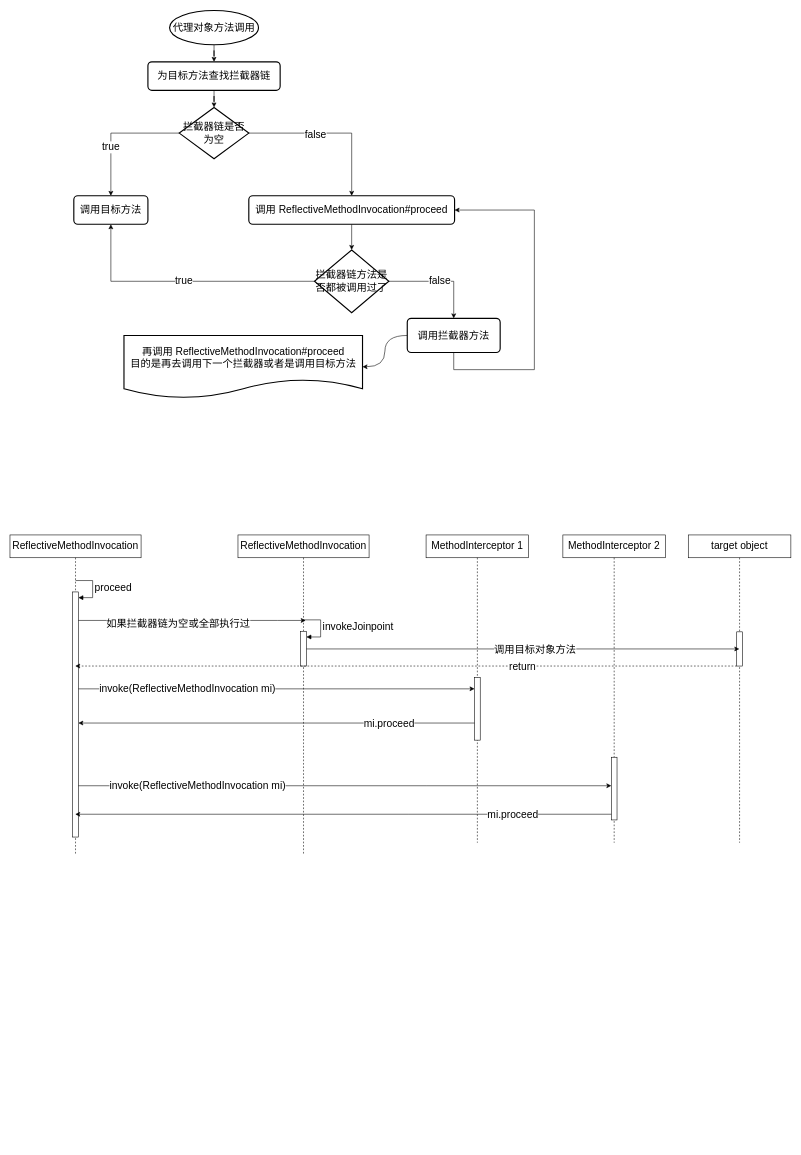
Before: spring/AOP-Jdk动态代理方法调用过程.drawio in GitHeP/diagrams, a draw.io diagram. Source tidied: cells renumbered, new cells numbered last; positions are measured from the earlier drawing's top-left corner, leaving out a move shared by most shapes. Both pictures are drawn from the tidied source at 57%, with x=0, y=0 at pixel (10, 10).
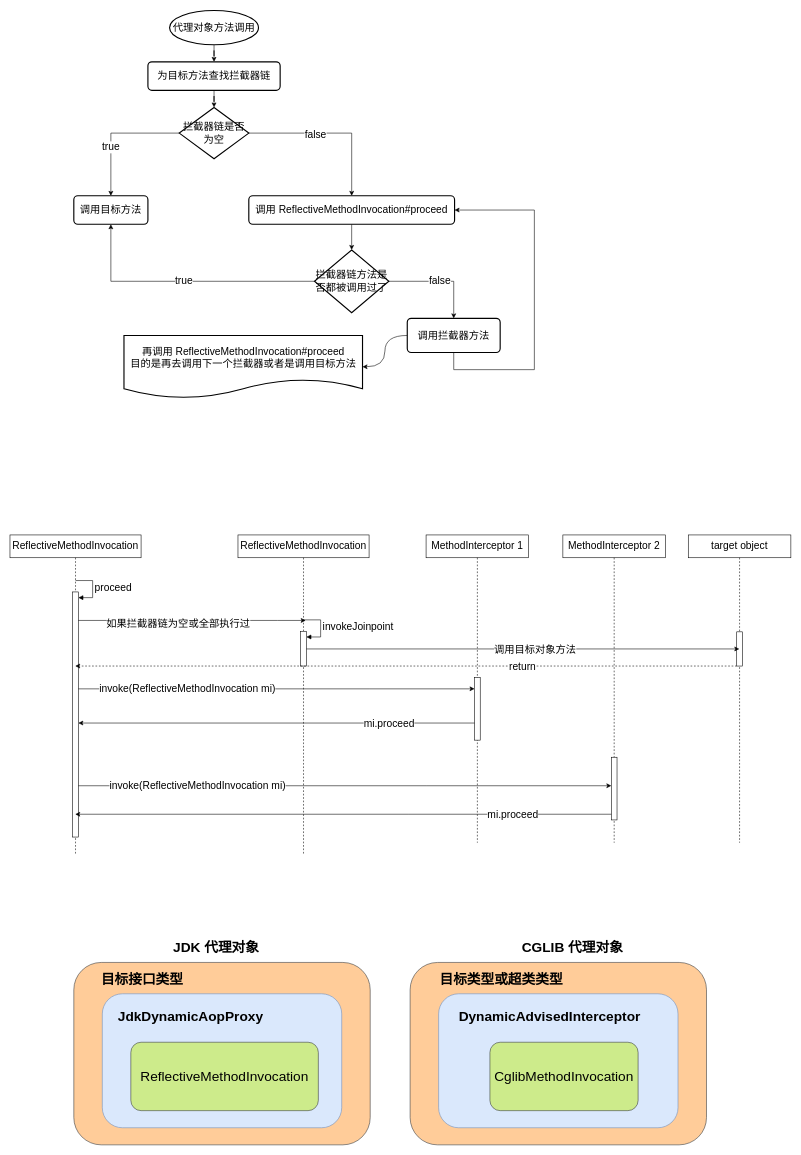
The same diagram, later.

Commit message:
更新AOP-Jdk动态代理方法调用过程.drawio

Diff of the diagram source:
```diff
@@
+    <mxCell id="47" style="rounded=1;whiteSpace=wrap;html=1;fillColor=#ffcc99;strokeColor=#36393d;" parent="1" vertex="1">
+      <mxGeometry x="112" y="1670" width="520" height="320" as="geometry" />
+    </mxCell>
+    <mxCell id="48" style="rounded=1;whiteSpace=wrap;html=1;fillColor=#dae8fc;strokeColor=#6c8ebf;" parent="1" vertex="1">
+      <mxGeometry x="162" y="1725" width="420" height="235" as="geometry" />
+    </mxCell>
+    <mxCell id="49" value="&lt;font style=&quot;font-size: 24px;&quot;&gt;&lt;b&gt;目标接口类型&lt;/b&gt;&lt;/font&gt;" style="text;html=1;strokeColor=none;fillColor=none;align=center;verticalAlign=middle;whiteSpace=wrap;rounded=0;" parent="1" vertex="1">
+      <mxGeometry x="152" y="1680" width="160" height="40" as="geometry" />
+    </mxCell>
+    <mxCell id="50" value="&lt;font style=&quot;font-size: 24px;&quot;&gt;&lt;b&gt;JdkDynamicAopProxy&lt;/b&gt;&lt;/font&gt;" style="text;html=1;strokeColor=none;fillColor=none;align=center;verticalAlign=middle;whiteSpace=wrap;rounded=0;fontSize=18;" parent="1" vertex="1">
+      <mxGeometry x="192" y="1750" width="250" height="30" as="geometry" />
+    </mxCell>
+    <mxCell id="51" value="ReflectiveMethodInvocation" style="rounded=1;whiteSpace=wrap;html=1;fontSize=24;fillColor=#cdeb8b;strokeColor=#36393d;" parent="1" vertex="1">
+      <mxGeometry x="212" y="1810" width="329" height="120" as="geometry" />
+    </mxCell>
+    <mxCell id="52" style="rounded=1;whiteSpace=wrap;html=1;fillColor=#ffcc99;strokeColor=#36393d;" parent="1" vertex="1">
+      <mxGeometry x="702" y="1670" width="520" height="320" as="geometry" />
+    </mxCell>
+    <mxCell id="53" style="rounded=1;whiteSpace=wrap;html=1;fillColor=#dae8fc;strokeColor=#6c8ebf;" parent="1" vertex="1">
+      <mxGeometry x="752" y="1725" width="420" height="235" as="geometry" />
+    </mxCell>
+    <mxCell id="54" value="&lt;font style=&quot;font-size: 24px;&quot;&gt;&lt;b&gt;目标类型或超类类型&lt;/b&gt;&lt;/font&gt;" style="text;html=1;strokeColor=none;fillColor=none;align=center;verticalAlign=middle;whiteSpace=wrap;rounded=0;" parent="1" vertex="1">
+      <mxGeometry x="742" y="1680" width="240" height="40" as="geometry" />
+    </mxCell>
+    <mxCell id="55" value="&lt;b&gt;&lt;font style=&quot;font-size: 24px;&quot;&gt;DynamicAdvisedInterceptor&lt;/font&gt;&lt;/b&gt;" style="text;html=1;strokeColor=none;fillColor=none;align=center;verticalAlign=middle;whiteSpace=wrap;rounded=0;fontSize=18;" parent="1" vertex="1">
+      <mxGeometry x="782" y="1750" width="330" height="30" as="geometry" />
+    </mxCell>
+    <mxCell id="56" value="CglibMethodInvocation" style="rounded=1;whiteSpace=wrap;html=1;fontSize=24;fillColor=#cdeb8b;strokeColor=#36393d;" parent="1" vertex="1">
+      <mxGeometry x="842" y="1810" width="260" height="120" as="geometry" />
+    </mxCell>
+    <mxCell id="57" value="&lt;b&gt;JDK 代理对象&lt;/b&gt;" style="text;html=1;strokeColor=none;fillColor=none;align=center;verticalAlign=middle;whiteSpace=wrap;rounded=0;fontSize=24;" parent="1" vertex="1">
+      <mxGeometry x="282" y="1630" width="160" height="30" as="geometry" />
+    </mxCell>
+    <mxCell id="58" value="&lt;b&gt;CGLIB 代理对象&lt;/b&gt;" style="text;html=1;strokeColor=none;fillColor=none;align=center;verticalAlign=middle;whiteSpace=wrap;rounded=0;fontSize=24;" parent="1" vertex="1">
+      <mxGeometry x="882" y="1630" width="210" height="30" as="geometry" />
+    </mxCell>
```
